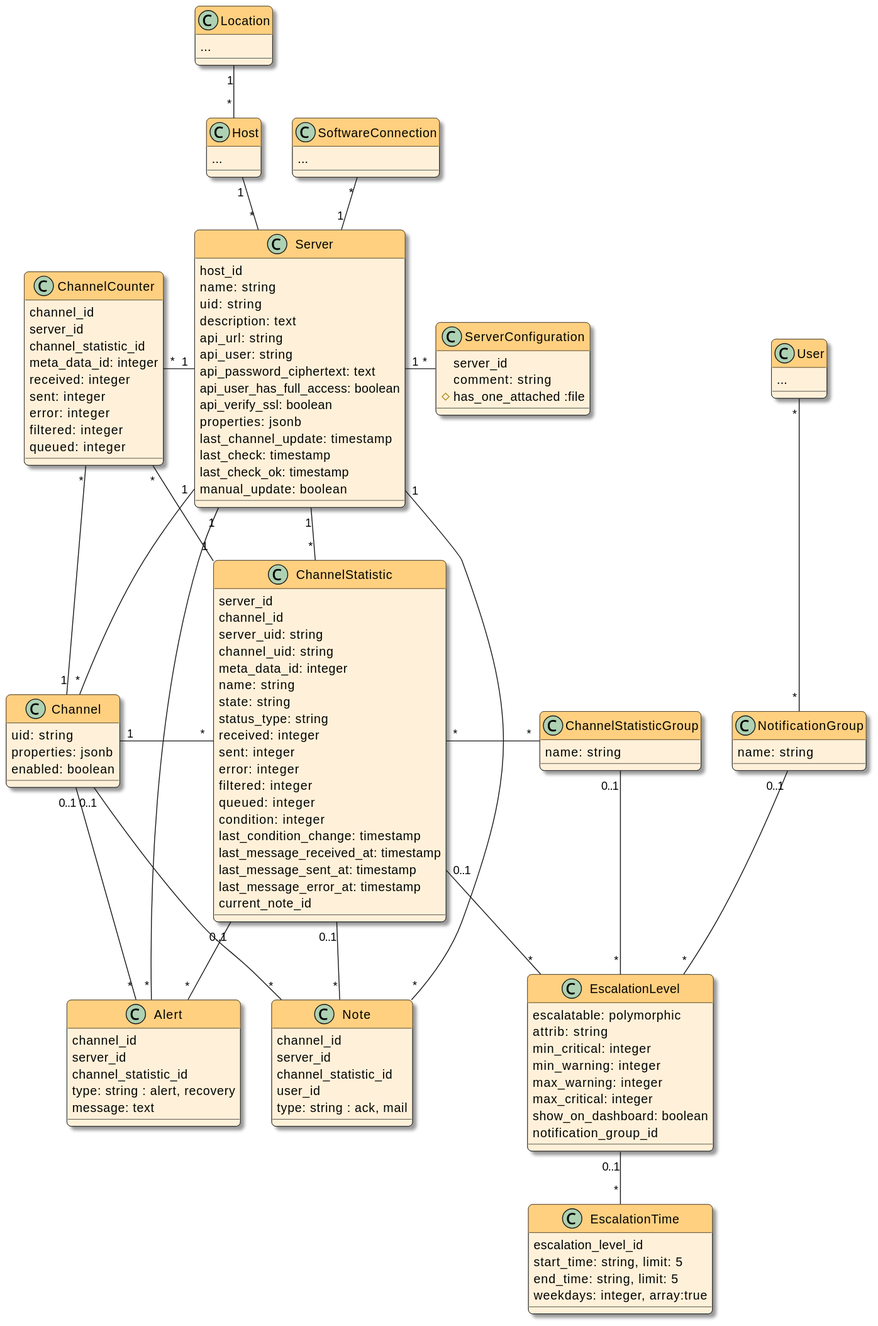
The PlantUML diagram docsrc/devnotes/modules/ROOT/images/models.svg in swobspace/mirco, before a commit.
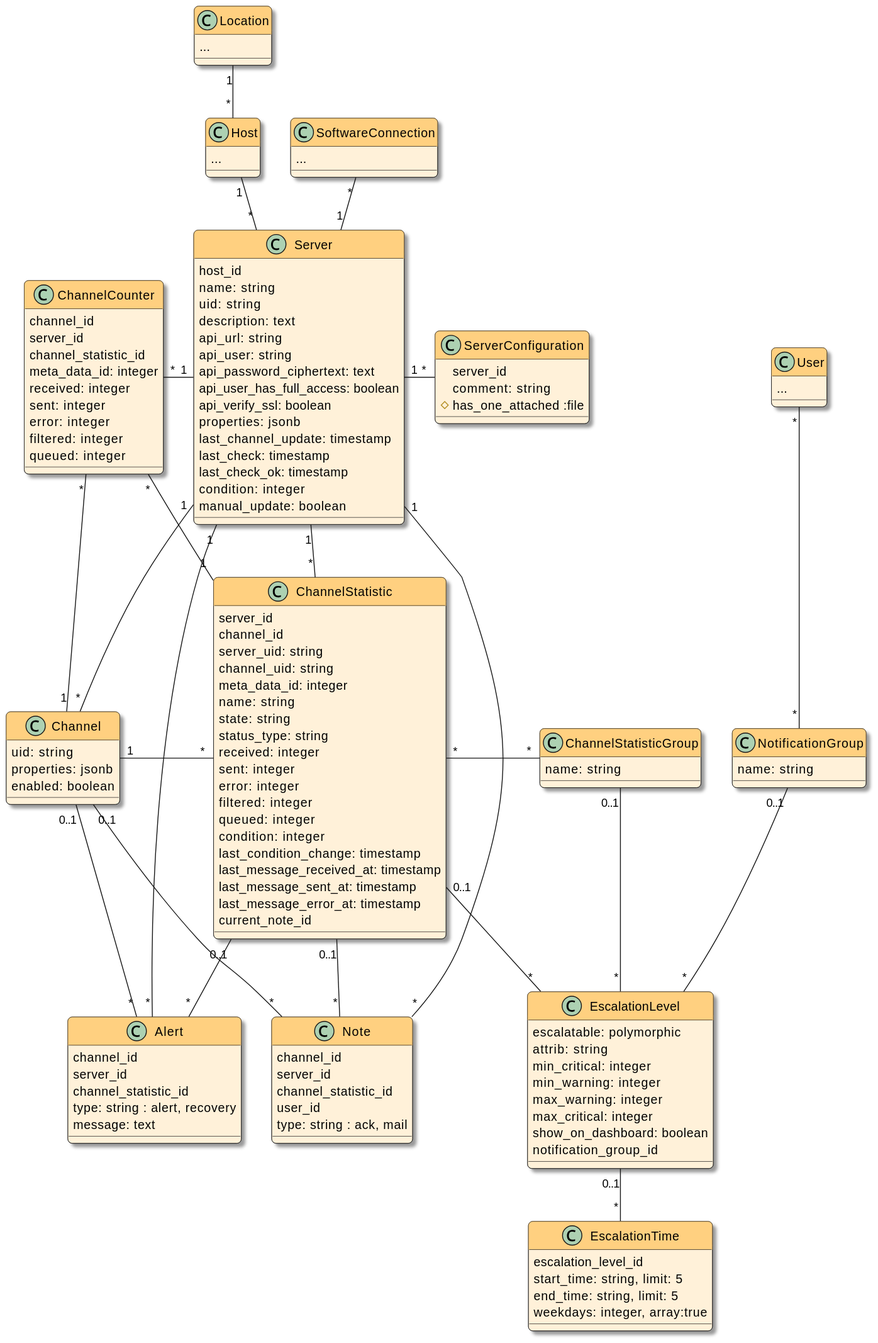
Later version of the same file.

Commit message:
add :condition to server

What changed in the source:
```diff
@@ -31,6 +31,7 @@
   last_channel_update: timestamp
   last_check: timestamp
   last_check_ok: timestamp
+  condition: integer
   manual_update: boolean
 }
 
@@ -144,5 +145,4 @@
 NotificationGroup "0..1" -- "*" EscalationLevel
 EscalationLevel "0..1" -- "*" EscalationTime
 User "*" -- "*" NotificationGroup
-
 @enduml
```
